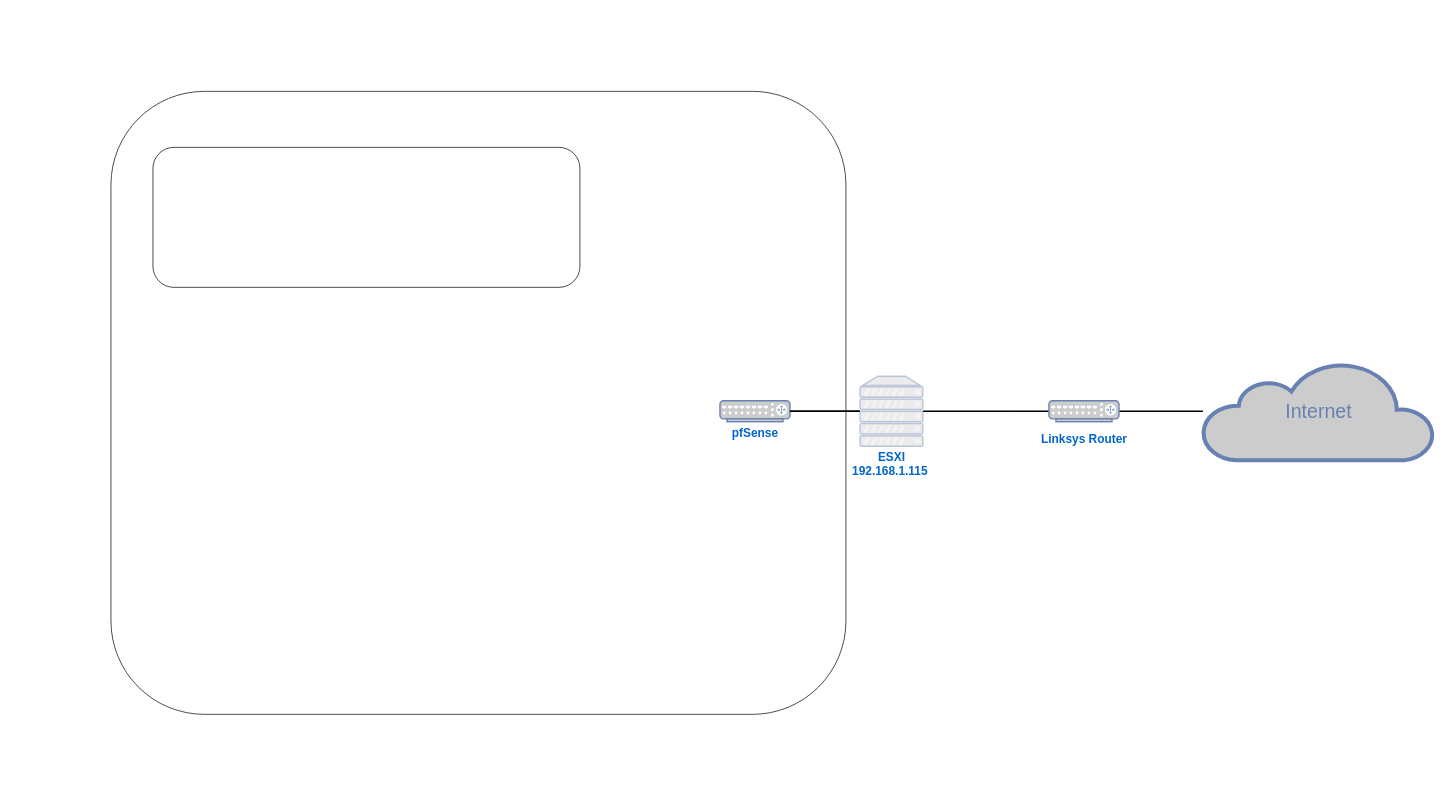
Above: .idea/Untitled Diagram.drawio in working-git/Depresso-Espresso (draw.io), before the change. Source tidied: cells renumbered, new cells numbered last; positions are measured from the earlier drawing's top-left corner, leaving out a move shared by most shapes. Both pictures are drawn from the tidied source at 70%, with x=0, y=0 at pixel (111, 91).
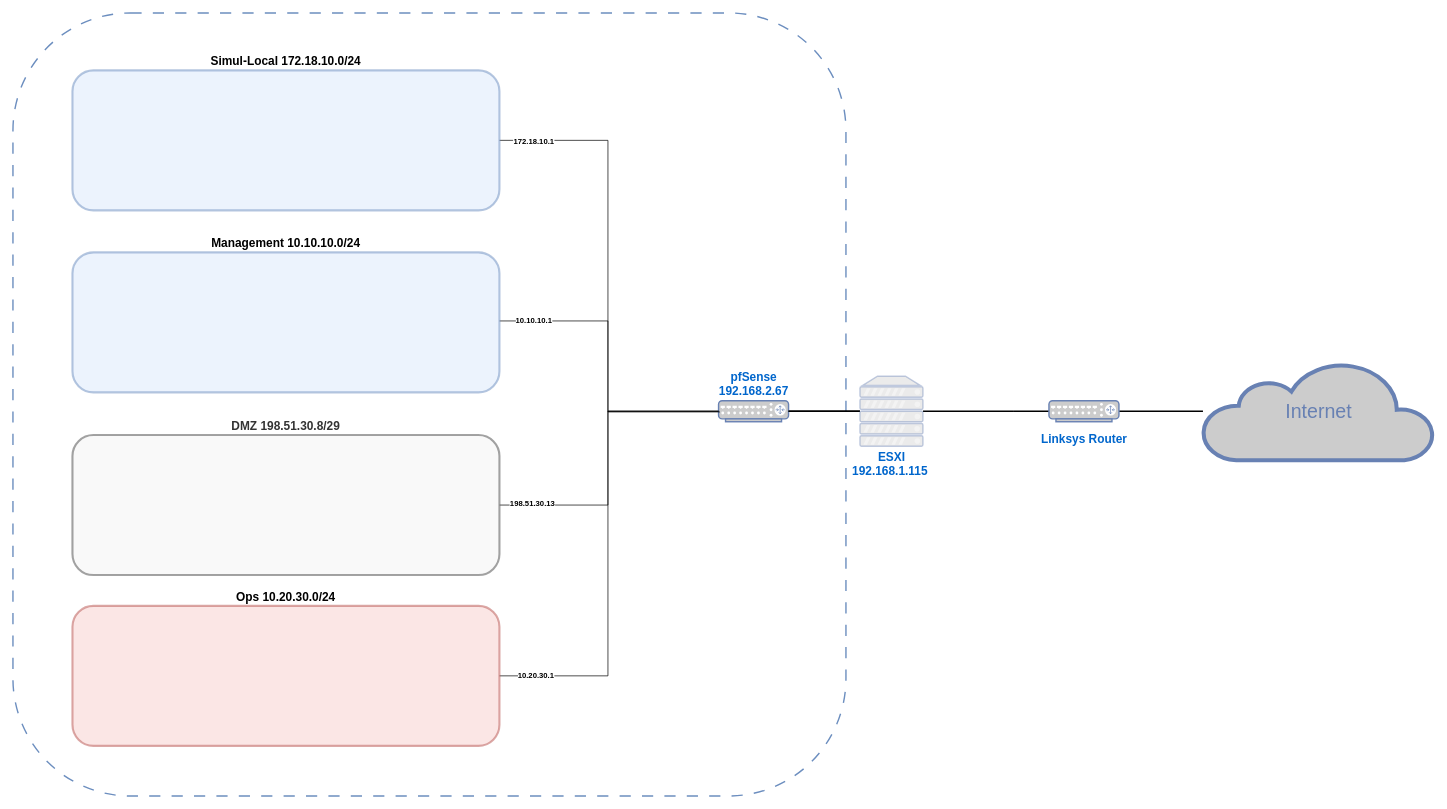
The same page after the edit.

Change to the diagram source:
```diff
@@
+    <mxCell id="11" style="rounded=1;whiteSpace=wrap;html=1;fontSize=17;fillColor=none;strokeColor=#6c8ebf;fontStyle=0;glass=0;shadow=0;strokeWidth=2;dashed=1;dashPattern=8 8;" parent="1" vertex="1">
+      <mxGeometry x="-140" y="-112" width="1190" height="1118.7" as="geometry" />
+    </mxCell>
@@
-    <mxCell id="4" value="&lt;b&gt;&lt;font style=&quot;font-size: 17px;&quot;&gt;pfSense&lt;/font&gt;&lt;/b&gt;" style="fontColor=#0066CC;verticalAlign=top;verticalLabelPosition=bottom;labelPosition=center;align=center;html=1;fillColor=#CCCCCC;strokeColor=#6881B3;gradientColor=none;gradientDirection=north;strokeWidth=2;shape=mxgraph.networks.router;rounded=0;shadow=0;comic=0;" parent="1" vertex="1">
-      <mxGeometry x="870" y="442" width="100" height="30" as="geometry" />
+    <mxCell id="4" value="&lt;b&gt;&lt;font style=&quot;font-size: 17px;&quot;&gt;pfSense&lt;br&gt;192.168.2.67&lt;br&gt;&lt;/font&gt;&lt;/b&gt;" style="fontColor=#0066CC;verticalAlign=bottom;verticalLabelPosition=top;labelPosition=center;align=center;html=1;fillColor=#CCCCCC;strokeColor=#6881B3;gradientColor=none;gradientDirection=north;strokeWidth=2;shape=mxgraph.networks.router;rounded=0;shadow=0;comic=0;textDirection=ltr;horizontal=1;" parent="1" vertex="1">
+      <mxGeometry x="868" y="442" width="100" height="30" as="geometry" />
     </mxCell>
@@
-    <mxCell id="11" style="rounded=1;whiteSpace=wrap;html=1;fontSize=17;fillColor=none;" parent="1" vertex="1">
-      <mxGeometry width="1050" height="890" as="geometry" />
-    </mxCell>
+    <mxCell id="13" style="edgeStyle=orthogonalEdgeStyle;rounded=0;jettySize=auto;html=1;exitX=1;exitY=0.5;exitDx=0;exitDy=0;entryX=0;entryY=0.5;entryDx=0;entryDy=0;entryPerimeter=0;endArrow=none;endFill=0;" parent="1" edge="1" source="12" target="4">
+      <mxGeometry relative="1" as="geometry">
+        <Array as="points">
+          <mxPoint x="710" y="70" />
+          <mxPoint x="710" y="457" />
+        </Array>
+      </mxGeometry>
+    </mxCell>
+    <mxCell id="14" value="172.18.10.1" style="edgeLabel;html=1;align=center;verticalAlign=middle;fontStyle=1;" parent="13" vertex="1">
+      <mxGeometry x="-0.86" y="-1" relative="1" as="geometry">
+        <mxPoint x="-1" as="offset" />
+      </mxGeometry>
+    </mxCell>
-    <mxCell id="12" style="rounded=1;whiteSpace=wrap;html=1;fontSize=17;fillColor=none;" parent="1" vertex="1">
-      <mxGeometry x="60" y="80" width="610" height="200" as="geometry" />
+    <mxCell id="12" value="Simul-Local 172.18.10.0/24" style="rounded=1;whiteSpace=wrap;html=1;fontSize=17;fillColor=#dae8fc;labelPosition=center;verticalLabelPosition=top;align=center;verticalAlign=bottom;strokeColor=#6c8ebf;opacity=50;strokeWidth=3;fontStyle=1;" parent="1" vertex="1">
+      <mxGeometry x="-55" y="-30" width="610" height="200" as="geometry" />
     </mxCell>
+    <mxCell id="15" style="edgeStyle=orthogonalEdgeStyle;rounded=0;orthogonalLoop=1;jettySize=auto;html=1;exitX=1;exitY=0.5;exitDx=0;exitDy=0;endArrow=none;endFill=0;" parent="1" edge="1">
+      <mxGeometry relative="1" as="geometry">
+        <mxPoint x="555" y="328" as="sourcePoint" />
+        <mxPoint x="870" y="458" as="targetPoint" />
+        <Array as="points">
+          <mxPoint x="710" y="328" />
+          <mxPoint x="710" y="458" />
+        </Array>
+      </mxGeometry>
+    </mxCell>
+    <mxCell id="16" value="10.10.10.1" style="edgeLabel;html=1;align=center;verticalAlign=middle;fontStyle=1;" parent="15" vertex="1">
+      <mxGeometry x="-0.78" y="2" relative="1" as="geometry">
+        <mxPoint x="-1" as="offset" />
+      </mxGeometry>
+    </mxCell>
+    <mxCell id="17" value="Management 10.10.10.0/24" style="rounded=1;whiteSpace=wrap;html=1;fontSize=17;fillColor=#dae8fc;labelPosition=center;verticalLabelPosition=top;align=center;verticalAlign=bottom;strokeColor=#6c8ebf;strokeWidth=3;opacity=50;fontStyle=1;" parent="1" vertex="1">
+      <mxGeometry x="-55" y="230" width="610" height="200" as="geometry" />
+    </mxCell>
+    <mxCell id="18" style="edgeStyle=orthogonalEdgeStyle;rounded=0;jettySize=auto;html=1;exitX=1;exitY=0.5;exitDx=0;exitDy=0;entryX=0;entryY=0.5;entryDx=0;entryDy=0;entryPerimeter=0;endArrow=none;endFill=0;" parent="1" edge="1" source="20" target="4">
+      <mxGeometry relative="1" as="geometry">
+        <Array as="points">
+          <mxPoint x="710" y="591" />
+          <mxPoint x="710" y="457" />
+        </Array>
+      </mxGeometry>
+    </mxCell>
+    <mxCell id="19" value="198.51.30.13" style="edgeLabel;html=1;align=center;verticalAlign=middle;fontStyle=1;" parent="18" vertex="1">
+      <mxGeometry x="-0.79" y="3" relative="1" as="geometry">
+        <mxPoint x="-1" as="offset" />
+      </mxGeometry>
+    </mxCell>
+    <mxCell id="20" value="DMZ 198.51.30.8/29" style="rounded=1;whiteSpace=wrap;html=1;fontSize=17;fillColor=#f5f5f5;labelPosition=center;verticalLabelPosition=top;align=center;verticalAlign=bottom;fontColor=#333333;strokeColor=#666666;gradientColor=none;opacity=60;strokeWidth=3;fontStyle=1;" parent="1" vertex="1">
+      <mxGeometry x="-55" y="491" width="610" height="200" as="geometry" />
+    </mxCell>
+    <mxCell id="21" style="edgeStyle=orthogonalEdgeStyle;rounded=0;jettySize=auto;html=1;exitX=1;exitY=0.5;exitDx=0;exitDy=0;entryX=0;entryY=0.5;entryDx=0;entryDy=0;entryPerimeter=0;endArrow=none;endFill=0;" parent="1" edge="1" source="23" target="4">
+      <mxGeometry relative="1" as="geometry">
+        <Array as="points">
+          <mxPoint x="710" y="835" />
+          <mxPoint x="710" y="457" />
+        </Array>
+      </mxGeometry>
+    </mxCell>
+    <mxCell id="22" value="10.20.30.1" style="edgeLabel;html=1;align=center;verticalAlign=middle;fontStyle=1;" parent="21" vertex="1">
+      <mxGeometry x="-0.85" y="1" relative="1" as="geometry">
+        <mxPoint x="-1" as="offset" />
+      </mxGeometry>
+    </mxCell>
+    <mxCell id="23" value="Ops 10.20.30.0/24" style="rounded=1;whiteSpace=wrap;html=1;fontSize=17;fillColor=#f8cecc;labelPosition=center;verticalLabelPosition=top;align=center;verticalAlign=bottom;strokeColor=#b85450;strokeWidth=3;opacity=50;fontStyle=1;" parent="1" vertex="1">
+      <mxGeometry x="-55" y="735" width="610" height="200" as="geometry" />
+    </mxCell>
```
